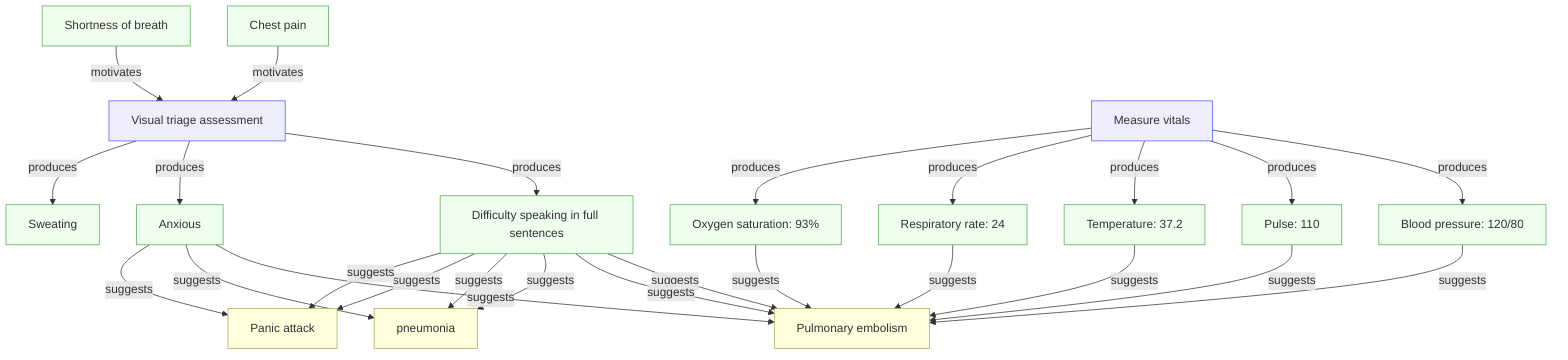
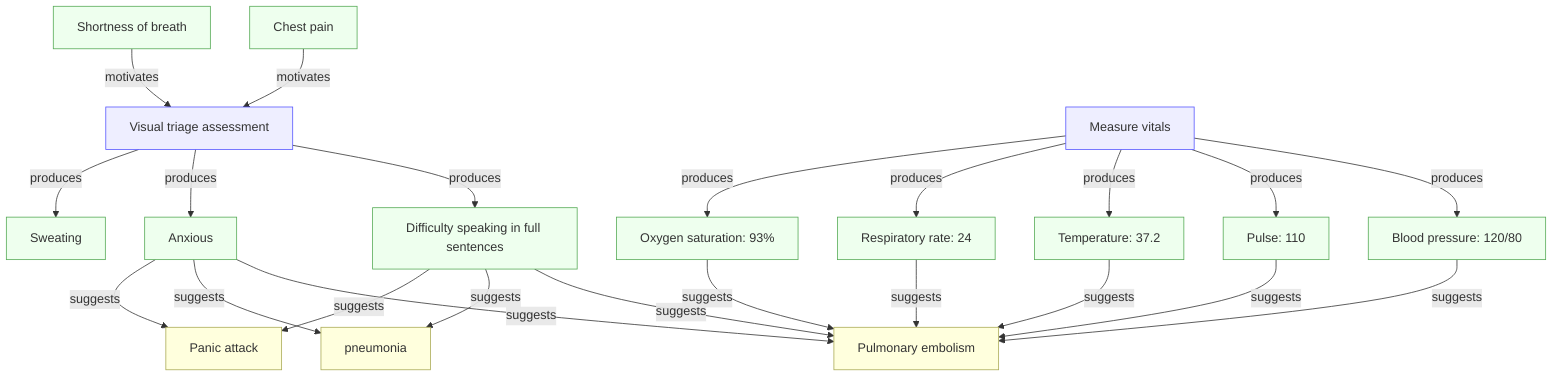
flowchart TD
+ 
+   %% Initial observations
  O1["Chest pain"]
  O2["Shortness of breath"]

+   %% Actions
  A1["Visual triage assessment"]
+   A2["Measure vitals"]
+ 
+   %% Visual triage observations (produced by A1)
  O6["Difficulty speaking in full sentences"]
  O7["Anxious"]
  O8["Sweating"]

-   O6 -->|suggests| H1
-   O7 -->|suggests| H1
-   O6 -->|suggests| H1
-   O6 -->|suggests| H2
-   O7 -->|suggests| H2
-   O6 -->|suggests| H2
-   O6 -->|suggests| H3
-   O7 -->|suggests| H3
-   O6 -->|suggests| H3
- 
-   O3 -->|suggests| H1
-   O4 -->|suggests| H1
-   O5 -->|suggests| H1
-   O9 -->|suggests| H1
-   O10 -->|suggests| H1
- 
- 
-   A2["Measure vitals"]
+   %% Vital sign observations (produced by A2)
  O3["Blood pressure: 120/80"]
  O4["Pulse: 110"]
  O5["Temperature: 37.2"]
  O9["Respiratory rate: 24"]
  O10["Oxygen saturation: 93%"]

+   %% Hypotheses
+   H1["Pulmonary embolism"]
+   H2["pneumonia"]
+   H3["Panic attack"]
+ 
+   %% Initial observations motivate actions
  O1 -->|motivates| A1
  O2 -->|motivates| A1

+   %% Actions produce observations
  A1 -->|produces| O6
  A1 -->|produces| O7
  A1 -->|produces| O8

  A2 -->|produces| O3
  A2 -->|produces| O4
  A2 -->|produces| O5
  A2 -->|produces| O9
  A2 -->|produces| O10

-   H1["Pulmonary embolism"]
-   H2["pneumonia"]
-   H3["Panic attack"]
+   %% Observations suggest hypotheses
+   O6 -->|suggests| H1
+   O7 -->|suggests| H1
+   O3 -->|suggests| H1
+   O4 -->|suggests| H1
+   O5 -->|suggests| H1
+   O9 -->|suggests| H1
+   O10 -->|suggests| H1

-   classDef obs fill:#efe,stroke:#5a5;
-   classDef action fill:#eef,stroke:#55f;
+   O6 -->|suggests| H2
+   O7 -->|suggests| H2
+ 
+   O6 -->|suggests| H3
+   O7 -->|suggests| H3
+ 
+   classDef obs fill:#efe,stroke:#5a5
+   classDef action fill:#eef,stroke:#55f
  classDef hyp fill:#ffd,stroke:#aa5

-   class O1 obs
-   class O2 obs
-   class O3 obs
-   class O4 obs
-   class O5 obs
-   class O6 obs
-   class O7 obs
-   class O8 obs
-   class O9 obs
-   class O10 obs
-   class A1 action
-   class A2 action
-   class H1 hyp
-   class H2 hyp
-   class H3 hyp
- 
- 
- 
+   class O1,O2,O3,O4,O5,O6,O7,O8,O9,O10 obs
+   class A1,A2 action
+   class H1,H2,H3 hyp
